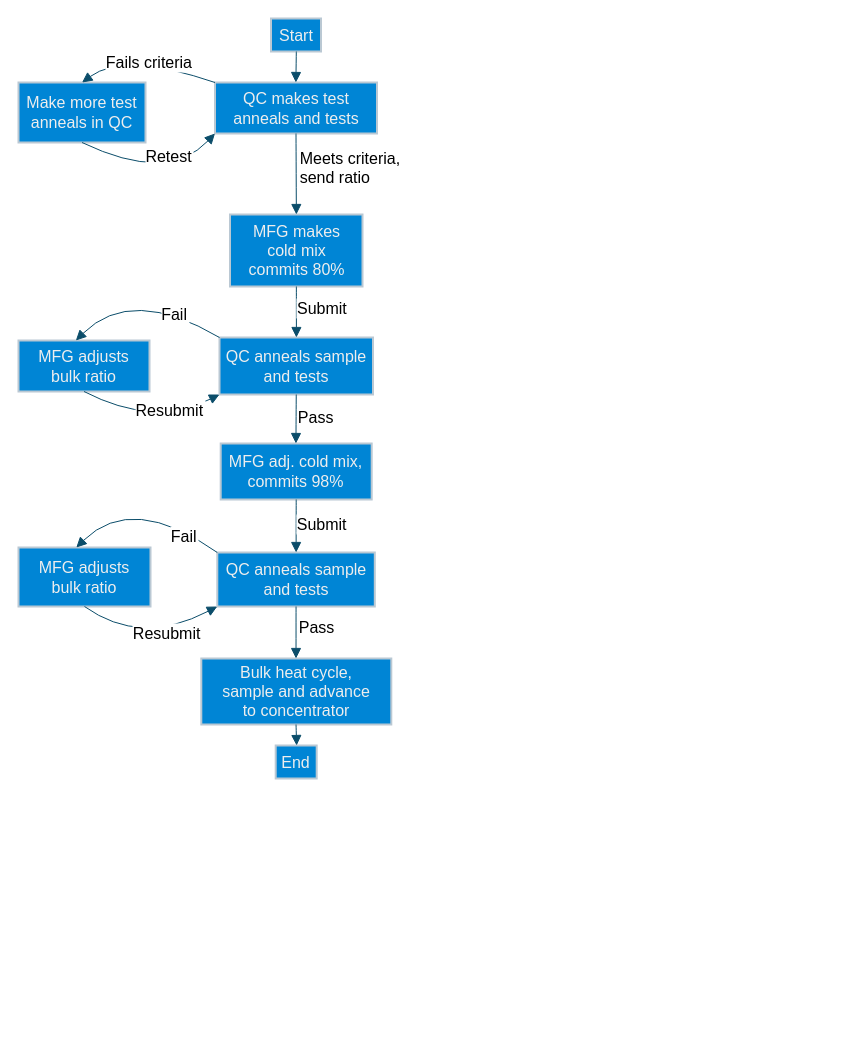
jeffspc88mx/MiscStuff keeps this draw.io diagram as Flows.drawio. Above is the earlier version. Source tidied: cells renumbered, new cells numbered last; positions are measured from the earlier drawing's top-left corner, leaving out a move shared by most shapes. Both pictures are drawn from the tidied source at 100%, with x=0, y=0 at pixel (18, 18).
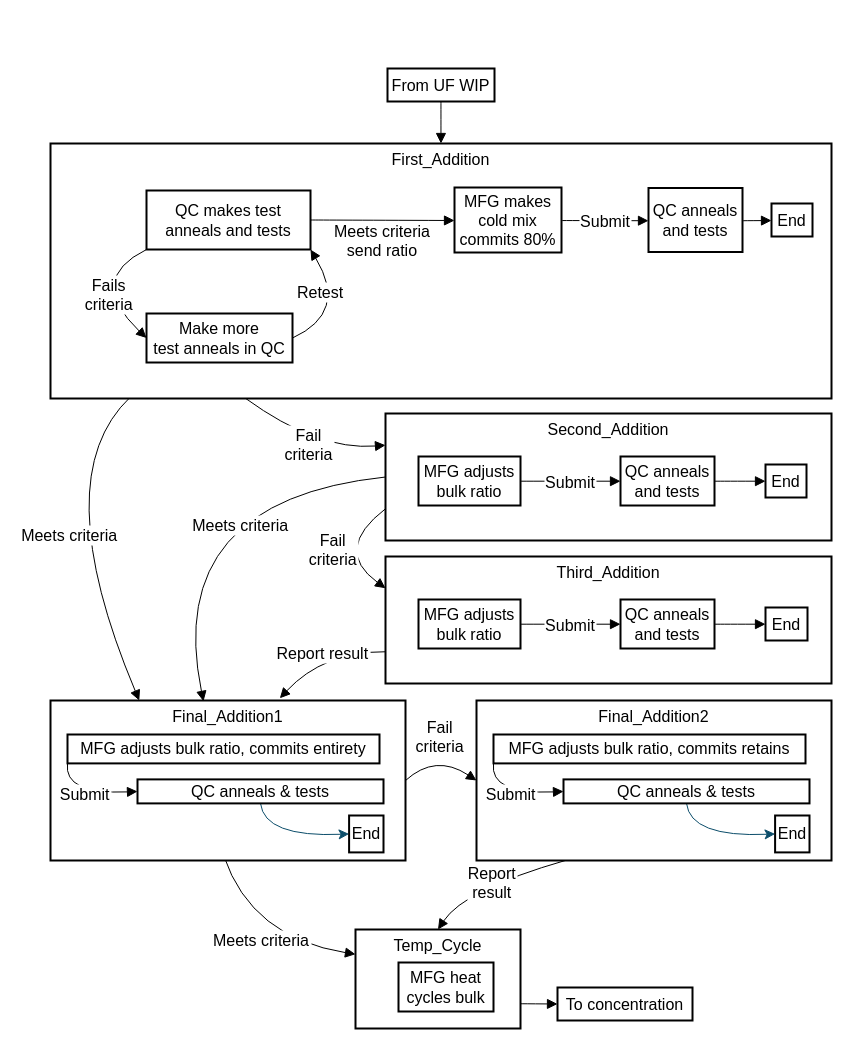
After the change.

Diff of the diagram source:
```diff
@@
-    <mxCell id="2" value="Start" style="whiteSpace=wrap;strokeWidth=2;fontSize=16;labelBackgroundColor=none;fillColor=#0085d5;strokeColor=#BAC8D3;fontColor=#EEEEEE;" parent="1" vertex="1">
-      <mxGeometry x="252.5" width="50" height="33" as="geometry" />
-    </mxCell>
+    <mxCell id="26" value="Temp_Cycle" style="whiteSpace=wrap;strokeWidth=2;verticalAlign=top;fontSize=16;" parent="1" vertex="1">
+      <mxGeometry x="337" y="911" width="165" height="99" as="geometry" />
+    </mxCell>
+    <mxCell id="27" value="MFG heat&#10;cycles bulk" style="whiteSpace=wrap;strokeWidth=2;fontSize=16;" parent="26" vertex="1">
+      <mxGeometry x="43" y="33" width="95" height="49" as="geometry" />
+    </mxCell>
+    <mxCell id="28" value="Third_Addition" style="whiteSpace=wrap;strokeWidth=2;verticalAlign=top;fontSize=16;" parent="1" vertex="1">
+      <mxGeometry x="367" y="538" width="446" height="127" as="geometry" />
+    </mxCell>
+    <mxCell id="29" value="Second_Addition" style="whiteSpace=wrap;strokeWidth=2;verticalAlign=top;fontSize=16;" parent="1" vertex="1">
+      <mxGeometry x="367" y="395" width="446" height="127" as="geometry" />
+    </mxCell>
+    <mxCell id="30" value="From UF WIP" style="whiteSpace=wrap;strokeWidth=2;fontSize=16;" parent="1" vertex="1">
+      <mxGeometry x="369" y="50" width="107" height="33" as="geometry" />
+    </mxCell>
+    <mxCell id="31" value="To concentration" style="whiteSpace=wrap;strokeWidth=2;fontSize=16;" parent="1" vertex="1">
+      <mxGeometry x="539" y="969" width="135" height="33" as="geometry" />
+    </mxCell>
+    <mxCell id="32" style="curved=1;startArrow=none;endArrow=block;exitX=0.49963492990654207;exitY=1.0121212583599668;entryX=0.4999555602957907;entryY=0.0015686334348192401;rounded=0;fontSize=16;startSize=8;endSize=8;" parent="1" edge="1" source="30" target="42">
+      <mxGeometry relative="1" as="geometry" />
+    </mxCell>
+    <mxCell id="33" value="Fail&#10;criteria" style="curved=1;startArrow=none;endArrow=block;exitX=0.25;exitY=1;entryX=0;entryY=0.25;rounded=0;fontSize=16;startSize=8;endSize=8;exitDx=0;exitDy=0;entryDx=0;entryDy=0;" parent="1" edge="1" source="42" target="29">
+      <mxGeometry relative="1" as="geometry">
+        <Array as="points">
+          <mxPoint x="299" y="432" />
+        </Array>
+      </mxGeometry>
+    </mxCell>
+    <mxCell id="34" value="Meets criteria" style="curved=1;startArrow=none;endArrow=block;exitX=0.102;exitY=0.995;entryX=0.25;entryY=0;rounded=0;fontSize=16;startSize=8;endSize=8;exitDx=0;exitDy=0;exitPerimeter=0;entryDx=0;entryDy=0;" parent="1" edge="1" source="42" target="66">
+      <mxGeometry relative="1" as="geometry">
+        <Array as="points">
+          <mxPoint x="27" y="459" />
+        </Array>
+      </mxGeometry>
+    </mxCell>
+    <mxCell id="35" value="Meets criteria" style="curved=1;startArrow=none;endArrow=block;exitX=0;exitY=0.5;rounded=0;fontSize=16;startSize=8;endSize=8;exitDx=0;exitDy=0;entryX=0.431;entryY=0.005;entryDx=0;entryDy=0;entryPerimeter=0;" parent="1" edge="1" source="29" target="66">
+      <mxGeometry x="-0.3" y="32" relative="1" as="geometry">
+        <Array as="points">
+          <mxPoint x="144" y="482" />
+        </Array>
+        <mxPoint x="1" as="offset" />
+      </mxGeometry>
+    </mxCell>
+    <mxCell id="36" value="Report result" style="curved=1;startArrow=none;endArrow=block;exitX=0;exitY=0.75;entryX=0.646;entryY=-0.014;rounded=0;fontSize=16;startSize=8;endSize=8;exitDx=0;exitDy=0;entryDx=0;entryDy=0;entryPerimeter=0;" parent="1" edge="1" source="28" target="66">
+      <mxGeometry relative="1" as="geometry">
+        <Array as="points">
+          <mxPoint x="305" y="633" />
+        </Array>
+      </mxGeometry>
+    </mxCell>
+    <mxCell id="37" value="Meets criteria" style="curved=1;startArrow=none;endArrow=block;exitX=0.409;exitY=0.992;entryX=0;entryY=0.25;rounded=0;fontSize=16;startSize=8;endSize=8;entryDx=0;entryDy=0;exitDx=0;exitDy=0;exitPerimeter=0;" parent="1" edge="1" target="26">
+      <mxGeometry relative="1" as="geometry">
+        <mxPoint x="205.4" y="837.7" as="sourcePoint" />
+        <Array as="points">
+          <mxPoint x="233" y="919" />
+        </Array>
+      </mxGeometry>
+    </mxCell>
+    <mxCell id="38" value="Fail&#10;criteria" style="curved=1;startArrow=none;endArrow=block;exitX=1;exitY=0.5;entryX=0;entryY=0.5;rounded=0;fontSize=16;startSize=8;endSize=8;exitDx=0;exitDy=0;entryDx=0;entryDy=0;" parent="1" edge="1" source="66" target="59">
+      <mxGeometry x="-0.1" y="18" relative="1" as="geometry">
+        <Array as="points">
+          <mxPoint x="417" y="735" />
+        </Array>
+        <mxPoint x="-5" y="-2" as="offset" />
+      </mxGeometry>
+    </mxCell>
+    <mxCell id="39" value="Report&#10;result" style="curved=1;startArrow=none;endArrow=block;exitX=0.25;exitY=1;entryX=0.5;entryY=0;rounded=0;fontSize=16;startSize=8;endSize=8;exitDx=0;exitDy=0;entryDx=0;entryDy=0;fontColor=default;" parent="1" edge="1" source="59" target="26">
+      <mxGeometry relative="1" as="geometry">
+        <Array as="points">
+          <mxPoint x="446" y="871" />
+        </Array>
+      </mxGeometry>
+    </mxCell>
+    <mxCell id="40" style="curved=1;startArrow=none;endArrow=block;exitX=1;exitY=0.75;entryX=0;entryY=0.5;rounded=0;fontSize=16;startSize=8;endSize=8;exitDx=0;exitDy=0;entryDx=0;entryDy=0;" parent="1" edge="1" source="26" target="31">
+      <mxGeometry relative="1" as="geometry" />
+    </mxCell>
+    <mxCell id="41" style="group;fontSize=16;" parent="1" vertex="1">
+      <mxGeometry x="32" y="125" width="781" height="255" as="geometry" />
+    </mxCell>
+    <mxCell id="42" value="First_Addition" style="whiteSpace=wrap;strokeWidth=2;verticalAlign=top;fontSize=16;" parent="41" vertex="1">
+      <mxGeometry width="781" height="255" as="geometry" />
+    </mxCell>
-    <mxCell id="3" value="QC makes test &#10;anneals and tests" style="whiteSpace=wrap;strokeWidth=2;fontSize=16;labelBackgroundColor=none;fillColor=#0085d5;strokeColor=#BAC8D3;fontColor=#EEEEEE;" parent="1" vertex="1">
-      <mxGeometry x="196.5" y="64" width="162" height="51" as="geometry" />
+    <mxCell id="3" value="QC makes test&#10;anneals and tests" style="whiteSpace=wrap;strokeWidth=2;fontSize=16;" parent="41" vertex="1">
+      <mxGeometry x="96" y="47" width="164" height="59" as="geometry" />
     </mxCell>
-    <mxCell id="4" value="Make more test&#10;anneals in QC" style="whiteSpace=wrap;strokeWidth=2;fontSize=16;labelBackgroundColor=none;fillColor=#0085d5;strokeColor=#BAC8D3;fontColor=#EEEEEE;" parent="1" vertex="1">
-      <mxGeometry y="64" width="127" height="60" as="geometry" />
+    <mxCell id="4" value="Make more&#10;test anneals in QC" style="whiteSpace=wrap;strokeWidth=2;fontSize=16;" parent="41" vertex="1">
+      <mxGeometry x="96" y="170" width="146" height="49" as="geometry" />
     </mxCell>
-    <mxCell id="5" value="MFG makes &#10;cold mix &#10;commits 80%" style="whiteSpace=wrap;strokeWidth=2;fontSize=16;labelBackgroundColor=none;fillColor=#0085d5;strokeColor=#BAC8D3;fontColor=#EEEEEE;" parent="1" vertex="1">
-      <mxGeometry x="211.5" y="196" width="132.5" height="72" as="geometry" />
+    <mxCell id="5" value="MFG makes&#10;cold mix&#10;commits 80%" style="whiteSpace=wrap;strokeWidth=2;fontSize=16;" parent="41" vertex="1">
+      <mxGeometry x="404" y="44" width="107" height="65" as="geometry" />
     </mxCell>
-    <mxCell id="6" value="QC anneals sample&#10;and tests" style="whiteSpace=wrap;strokeWidth=2;fontSize=16;labelBackgroundColor=none;fillColor=#0085d5;strokeColor=#BAC8D3;fontColor=#EEEEEE;" parent="1" vertex="1">
-      <mxGeometry x="201" y="319" width="153.5" height="57" as="geometry" />
-    </mxCell>
-    <mxCell id="7" value="MFG adjusts&#10;bulk ratio" style="whiteSpace=wrap;strokeWidth=2;fontSize=16;labelBackgroundColor=none;fillColor=#0085d5;strokeColor=#BAC8D3;fontColor=#EEEEEE;" parent="1" vertex="1">
-      <mxGeometry y="322" width="131" height="51" as="geometry" />
-    </mxCell>
-    <mxCell id="8" value="MFG adj. cold mix,&#10;commits 98%" style="whiteSpace=wrap;strokeWidth=2;fontSize=16;labelBackgroundColor=none;fillColor=#0085d5;strokeColor=#BAC8D3;fontColor=#EEEEEE;" parent="1" vertex="1">
-      <mxGeometry x="202.2" y="425" width="151" height="56" as="geometry" />
-    </mxCell>
-    <mxCell id="9" value="QC anneals sample &#10;and tests" style="whiteSpace=wrap;strokeWidth=2;fontSize=16;labelBackgroundColor=none;fillColor=#0085d5;strokeColor=#BAC8D3;fontColor=#EEEEEE;" parent="1" vertex="1">
-      <mxGeometry x="198.8" y="534" width="157.5" height="54" as="geometry" />
-    </mxCell>
-    <mxCell id="10" value="Bulk heat cycle, &#10;sample and advance &#10;to concentrator" style="whiteSpace=wrap;strokeWidth=2;fontSize=16;labelBackgroundColor=none;fillColor=#0085d5;strokeColor=#BAC8D3;fontColor=#EEEEEE;" parent="1" vertex="1">
-      <mxGeometry x="182.8" y="640" width="190" height="66" as="geometry" />
-    </mxCell>
-    <mxCell id="11" value="End" style="whiteSpace=wrap;strokeWidth=2;fontSize=16;labelBackgroundColor=none;fillColor=#0085d5;strokeColor=#BAC8D3;fontColor=#EEEEEE;" parent="1" vertex="1">
-      <mxGeometry x="257.2" y="727" width="41" height="33" as="geometry" />
-    </mxCell>
-    <mxCell id="12" style="curved=1;startArrow=none;endArrow=block;exitX=0.5065545272827149;exitY=1.0121212583599668;entryX=0.49930253588718926;entryY=0.012121258359966856;rounded=0;fontSize=16;startSize=8;endSize=8;labelBackgroundColor=none;strokeColor=#0B4D6A;fontColor=default;" parent="1" edge="1" source="2" target="3">
-      <mxGeometry relative="1" as="geometry" />
-    </mxCell>
+    <mxCell id="43" value="QC anneals&#10;and tests" style="whiteSpace=wrap;strokeWidth=2;fontSize=16;" parent="41" vertex="1">
+      <mxGeometry x="598" y="44.5" width="94" height="64" as="geometry" />
+    </mxCell>
+    <mxCell id="44" value="End" style="whiteSpace=wrap;strokeWidth=2;fontSize=16;" parent="41" vertex="1">
+      <mxGeometry x="721" y="60" width="41" height="33" as="geometry" />
+    </mxCell>
-    <mxCell id="13" value="Fails criteria" style="curved=1;startArrow=none;endArrow=block;exitX=0;exitY=0;entryX=0.5002080925687432;entryY=0.0060606869784268465;rounded=0;fontSize=16;startSize=8;endSize=8;exitDx=0;exitDy=0;labelBackgroundColor=default;strokeColor=#0B4D6A;fontColor=default;" parent="1" edge="1" source="3" target="4">
-      <mxGeometry x="-0.07" y="1" relative="1" as="geometry">
+    <mxCell id="13" value="Fails&#10;criteria" style="curved=1;startArrow=none;endArrow=block;exitX=0;exitY=1;entryX=0;entryY=0.5;rounded=0;fontSize=16;startSize=8;endSize=8;exitDx=0;exitDy=0;entryDx=0;entryDy=0;" parent="41" edge="1" source="3" target="4">
+      <mxGeometry x="0.24" y="6" relative="1" as="geometry">
         <Array as="points">
-          <mxPoint x="106" y="33" />
+          <mxPoint x="35" y="136" />
         </Array>
       </mxGeometry>
     </mxCell>
-    <mxCell id="14" value="Retest" style="curved=1;startArrow=none;endArrow=block;entryX=0;entryY=1;rounded=0;fontSize=16;startSize=8;endSize=8;entryDx=0;entryDy=0;exitX=0.5;exitY=1;exitDx=0;exitDy=0;labelBackgroundColor=default;strokeColor=#0B4D6A;fontColor=default;" parent="1" edge="1" source="4" target="3">
-      <mxGeometry x="0.42" y="18" relative="1" as="geometry">
+    <mxCell id="14" value="Retest" style="curved=1;startArrow=none;endArrow=block;exitX=1;exitY=0.5;entryX=1;entryY=1;rounded=0;fontSize=16;startSize=8;endSize=8;entryDx=0;entryDy=0;exitDx=0;exitDy=0;" parent="41" edge="1" source="4" target="3">
+      <mxGeometry x="0.39" y="13" relative="1" as="geometry">
         <Array as="points">
-          <mxPoint x="149" y="165" />
+          <mxPoint x="298" y="169" />
         </Array>
       </mxGeometry>
     </mxCell>
-    <mxCell id="15" value="Meets criteria,&#10;send ratio" style="curved=1;startArrow=none;endArrow=block;exitX=0.5;exitY=1;entryX=0.5009023385454517;entryY=0.0060606869784268465;rounded=0;fontSize=16;startSize=8;endSize=8;exitDx=0;exitDy=0;align=left;labelBackgroundColor=default;strokeColor=#0B4D6A;fontColor=default;" parent="1" edge="1" source="3" target="5">
-      <mxGeometry x="-0.16" y="2" relative="1" as="geometry" />
-    </mxCell>
-    <mxCell id="16" value="Submit" style="curved=1;startArrow=none;endArrow=block;exitX=0.5009023385454517;exitY=1.0181819453383938;entryX=0.5010581970214844;entryY=1.1559688683712122e-7;rounded=0;fontSize=16;startSize=8;endSize=8;labelBackgroundColor=default;strokeColor=#0B4D6A;fontColor=default;" parent="1" edge="1" source="5" target="6">
-      <mxGeometry x="-0.18" y="26" relative="1" as="geometry" />
-    </mxCell>
-    <mxCell id="17" value="Fail" style="curved=1;startArrow=none;endArrow=block;exitX=0;exitY=0;entryX=0.4369887867909591;entryY=-0.0060604557846531725;rounded=0;fontSize=16;startSize=8;endSize=8;exitDx=0;exitDy=0;labelBackgroundColor=default;strokeColor=#0B4D6A;fontColor=default;" parent="1" edge="1" source="6" target="7">
-      <mxGeometry x="-0.43" y="2" relative="1" as="geometry">
-        <Array as="points">
-          <mxPoint x="113" y="267" />
-        </Array>
-      </mxGeometry>
-    </mxCell>
-    <mxCell id="18" value="Resubmit" style="curved=1;startArrow=none;endArrow=block;entryX=0;entryY=1;rounded=0;fontSize=16;startSize=8;endSize=8;exitX=0.5;exitY=1;exitDx=0;exitDy=0;entryDx=0;entryDy=0;labelBackgroundColor=default;strokeColor=#0B4D6A;fontColor=default;" parent="1" edge="1" source="7">
-      <mxGeometry x="0.33" y="9" relative="1" as="geometry">
-        <mxPoint x="201" y="376" as="targetPoint" />
-        <Array as="points">
-          <mxPoint x="135" y="409" />
-        </Array>
-      </mxGeometry>
-    </mxCell>
-    <mxCell id="19" value="Pass" style="curved=1;startArrow=none;endArrow=block;exitX=0.5;exitY=1;entryX=0.4982070834955312;entryY=-0.0060604557846531725;rounded=0;fontSize=16;startSize=8;endSize=8;exitDx=0;exitDy=0;labelBackgroundColor=default;strokeColor=#0B4D6A;fontColor=default;" parent="1" edge="1" source="6" target="8">
-      <mxGeometry x="-0.11" y="20" relative="1" as="geometry" />
-    </mxCell>
-    <mxCell id="20" value="Submit" style="curved=1;startArrow=none;endArrow=block;exitX=0.5;exitY=1;entryX=0.500504259629683;entryY=-0.012121027166193182;rounded=0;fontSize=16;startSize=8;endSize=8;exitDx=0;exitDy=0;labelBackgroundColor=default;strokeColor=#0B4D6A;fontColor=default;" parent="1" edge="1" source="8" target="9">
-      <mxGeometry x="-0.1" y="26" relative="1" as="geometry" />
-    </mxCell>
-    <mxCell id="21" value="Pass" style="curved=1;startArrow=none;endArrow=block;exitX=0.5;exitY=1;entryX=0.49858924679290084;entryY=0.012121431755297112;rounded=0;fontSize=16;startSize=8;endSize=8;exitDx=0;exitDy=0;labelBackgroundColor=default;strokeColor=#0B4D6A;fontColor=default;" parent="1" edge="1" source="9" target="10">
-      <mxGeometry x="-0.23" y="21" relative="1" as="geometry" />
-    </mxCell>
-    <mxCell id="22" style="curved=1;startArrow=none;endArrow=block;exitX=0.49858924679290084;exitY=1.024242690115264;entryX=0.5106612065943276;entryY=-0.0060603401877663355;rounded=0;fontSize=16;startSize=8;endSize=8;labelBackgroundColor=none;strokeColor=#0B4D6A;fontColor=default;" parent="1" edge="1" source="10" target="11">
-      <mxGeometry relative="1" as="geometry" />
-    </mxCell>
-    <mxCell id="23" value="MFG adjusts&#10;bulk ratio" style="whiteSpace=wrap;strokeWidth=2;fontSize=16;labelBackgroundColor=none;fillColor=#0085d5;strokeColor=#BAC8D3;fontColor=#EEEEEE;" parent="1" vertex="1">
-      <mxGeometry y="529" width="132" height="59" as="geometry" />
-    </mxCell>
-    <mxCell id="24" value="Fail" style="curved=1;startArrow=none;endArrow=block;exitX=0;exitY=0;entryX=0.4369887867909591;entryY=-0.0060604557846531725;rounded=0;fontSize=16;startSize=8;endSize=8;exitDx=0;exitDy=0;labelBackgroundColor=default;strokeColor=#0B4D6A;fontColor=default;" parent="1" edge="1" source="9" target="23">
-      <mxGeometry x="-0.6" y="5" relative="1" as="geometry">
-        <Array as="points">
-          <mxPoint x="114" y="474" />
-        </Array>
-      </mxGeometry>
-    </mxCell>
-    <mxCell id="25" value="Resubmit" style="curved=1;startArrow=none;endArrow=block;rounded=0;fontSize=16;startSize=8;endSize=8;exitX=0.5;exitY=1;exitDx=0;exitDy=0;entryX=0;entryY=1;entryDx=0;entryDy=0;labelBackgroundColor=default;strokeColor=#0B4D6A;fontColor=default;" parent="1" edge="1" source="23" target="9">
-      <mxGeometry x="0.29" relative="1" as="geometry">
-        <Array as="points">
-          <mxPoint x="122" y="628" />
-        </Array>
-        <mxPoint x="-1" as="offset" />
-      </mxGeometry>
-    </mxCell>
+    <mxCell id="45" value="Meets criteria&#10;send ratio" style="curved=1;startArrow=none;endArrow=block;entryX=-0.0010367063718421438;entryY=0.5084615780757024;rounded=0;fontSize=16;startSize=8;endSize=8;exitX=1;exitY=0.5;exitDx=0;exitDy=0;" parent="41" edge="1">
+      <mxGeometry y="-20" relative="1" as="geometry">
+        <mxPoint x="260" y="76.5" as="sourcePoint" />
+        <mxPoint x="404" y="77" as="targetPoint" />
+      </mxGeometry>
+    </mxCell>
+    <mxCell id="46" value="Submit" style="curved=1;startArrow=none;endArrow=block;exitX=1.0032857377952504;exitY=0.5084615780757024;entryX=0.0027594870709358376;entryY=0.5112245423453194;rounded=0;fontSize=16;startSize=8;endSize=8;" parent="41" edge="1" source="5" target="43">
+      <mxGeometry relative="1" as="geometry" />
+    </mxCell>
+    <mxCell id="47" style="curved=1;startArrow=none;endArrow=block;exitX=1.0072807961321892;exitY=0.5112245423453194;entryX=-0.00769768691644436;entryY=0.5166667446945653;rounded=0;fontSize=16;startSize=8;endSize=8;" parent="41" edge="1" source="43" target="44">
+      <mxGeometry relative="1" as="geometry" />
+    </mxCell>
+    <mxCell id="48" value="MFG adjusts&#10;bulk ratio" style="whiteSpace=wrap;strokeWidth=2;fontSize=16;" parent="1" vertex="1">
+      <mxGeometry x="400" y="438" width="102" height="49" as="geometry" />
+    </mxCell>
+    <mxCell id="49" value="QC anneals&#10;and tests" style="whiteSpace=wrap;strokeWidth=2;fontSize=16;" parent="1" vertex="1">
+      <mxGeometry x="602" y="438" width="94" height="49" as="geometry" />
+    </mxCell>
+    <mxCell id="50" value="End" style="whiteSpace=wrap;strokeWidth=2;fontSize=16;" parent="1" vertex="1">
+      <mxGeometry x="747" y="446" width="41" height="33" as="geometry" />
+    </mxCell>
+    <mxCell id="51" value="Submit" style="curved=1;startArrow=none;endArrow=block;exitX=1.0047947752709483;exitY=0.5040816482232542;entryX=0.0008976713139960107;entryY=0.5040816482232542;rounded=0;fontSize=16;startSize=8;endSize=8;" parent="1" edge="1" source="48" target="49">
+      <mxGeometry relative="1" as="geometry" />
+    </mxCell>
+    <mxCell id="52" style="curved=1;startArrow=none;endArrow=block;exitX=1.0054189803752493;exitY=0.5040816482232542;entryX=-0.011966240115282013;entryY=0.5060606291799834;rounded=0;fontSize=16;startSize=8;endSize=8;" parent="1" edge="1" source="49" target="50">
+      <mxGeometry relative="1" as="geometry" />
+    </mxCell>
+    <mxCell id="53" value="MFG adjusts&#10;bulk ratio" style="whiteSpace=wrap;strokeWidth=2;fontSize=16;" parent="1" vertex="1">
+      <mxGeometry x="400" y="581" width="102" height="49" as="geometry" />
+    </mxCell>
+    <mxCell id="54" value="QC anneals&#10;and tests" style="whiteSpace=wrap;strokeWidth=2;fontSize=16;" parent="1" vertex="1">
+      <mxGeometry x="602" y="581" width="94" height="49" as="geometry" />
+    </mxCell>
+    <mxCell id="55" value="End" style="whiteSpace=wrap;strokeWidth=2;fontSize=16;" parent="1" vertex="1">
+      <mxGeometry x="747" y="589" width="42" height="33" as="geometry" />
+    </mxCell>
+    <mxCell id="56" value="Submit" style="curved=1;startArrow=none;endArrow=block;exitX=1.0047947752709483;exitY=0.5040816482232542;entryX=0.0008976713139960107;entryY=0.5040816482232542;rounded=0;fontSize=16;startSize=8;endSize=8;" parent="1" edge="1" source="53" target="54">
+      <mxGeometry relative="1" as="geometry" />
+    </mxCell>
+    <mxCell id="57" style="curved=1;startArrow=none;endArrow=block;exitX=1.0054189803752493;exitY=0.5040816482232542;entryX=-0.011681329636346726;entryY=0.5060606291799834;rounded=0;fontSize=16;startSize=8;endSize=8;" parent="1" edge="1" source="54" target="55">
+      <mxGeometry relative="1" as="geometry" />
+    </mxCell>
+    <mxCell id="58" style="group;fontSize=16;" parent="1" vertex="1">
+      <mxGeometry x="458" y="682" width="355" height="160" as="geometry" />
+    </mxCell>
+    <mxCell id="59" value="Final_Addition2" style="whiteSpace=wrap;strokeWidth=2;verticalAlign=top;fontSize=16;" parent="58" vertex="1">
+      <mxGeometry width="355" height="160" as="geometry" />
+    </mxCell>
+    <mxCell id="60" style="edgeStyle=none;curved=1;rounded=0;jettySize=auto;html=1;exitX=0.5;exitY=1;exitDx=0;exitDy=0;strokeColor=#0B4D6A;fontSize=16;startSize=8;endSize=8;entryX=0;entryY=0.5;entryDx=0;entryDy=0;" parent="58" edge="1" source="61" target="63">
+      <mxGeometry relative="1" as="geometry">
+        <Array as="points">
+          <mxPoint x="214" y="137" />
+        </Array>
+      </mxGeometry>
+    </mxCell>
+    <mxCell id="61" value="QC anneals &amp; tests" style="whiteSpace=wrap;strokeWidth=2;fontSize=16;" parent="58" vertex="1">
+      <mxGeometry x="87" y="78.9" width="246" height="24" as="geometry" />
+    </mxCell>
+    <mxCell id="62" value="MFG adjusts bulk ratio, commits retains" style="whiteSpace=wrap;strokeWidth=2;fontSize=16;" parent="58" vertex="1">
+      <mxGeometry x="17" y="34" width="312" height="28.9" as="geometry" />
+    </mxCell>
+    <mxCell id="63" value="End" style="whiteSpace=wrap;strokeWidth=2;fontSize=16;" parent="58" vertex="1">
+      <mxGeometry x="298.6" y="115" width="34.4" height="36.9" as="geometry" />
+    </mxCell>
+    <mxCell id="64" value="Submit" style="curved=1;startArrow=none;endArrow=block;exitX=0;exitY=1;entryX=0.0015459263578374335;entryY=0.5040816482232542;rounded=0;fontSize=16;startSize=8;endSize=8;exitDx=0;exitDy=0;" parent="58" edge="1" source="62" target="61">
+      <mxGeometry relative="1" as="geometry">
+        <Array as="points">
+          <mxPoint x="13" y="94" />
+        </Array>
+      </mxGeometry>
+    </mxCell>
+    <mxCell id="65" style="group;fontSize=16;" parent="1" vertex="1">
+      <mxGeometry x="32" y="682" width="360" height="160" as="geometry" />
+    </mxCell>
+    <mxCell id="66" value="Final_Addition1" style="whiteSpace=wrap;strokeWidth=2;verticalAlign=top;fontSize=16;" parent="65" vertex="1">
+      <mxGeometry width="355" height="160" as="geometry" />
+    </mxCell>
+    <mxCell id="67" style="edgeStyle=none;curved=1;rounded=0;jettySize=auto;html=1;exitX=0.5;exitY=1;exitDx=0;exitDy=0;strokeColor=#0B4D6A;fontSize=16;startSize=8;endSize=8;entryX=0;entryY=0.5;entryDx=0;entryDy=0;" parent="65" edge="1" source="68" target="70">
+      <mxGeometry relative="1" as="geometry">
+        <Array as="points">
+          <mxPoint x="214" y="137" />
+        </Array>
+      </mxGeometry>
+    </mxCell>
+    <mxCell id="68" value="QC anneals &amp; tests" style="whiteSpace=wrap;strokeWidth=2;fontSize=16;" parent="65" vertex="1">
+      <mxGeometry x="87" y="78.9" width="246" height="24" as="geometry" />
+    </mxCell>
+    <mxCell id="69" value="MFG adjusts bulk ratio, commits entirety" style="whiteSpace=wrap;strokeWidth=2;fontSize=16;" parent="65" vertex="1">
+      <mxGeometry x="17" y="34" width="312" height="28.9" as="geometry" />
+    </mxCell>
+    <mxCell id="70" value="End" style="whiteSpace=wrap;strokeWidth=2;fontSize=16;" parent="65" vertex="1">
+      <mxGeometry x="298.6" y="115" width="34.4" height="36.9" as="geometry" />
+    </mxCell>
+    <mxCell id="71" value="Submit" style="curved=1;startArrow=none;endArrow=block;exitX=0;exitY=1;entryX=0.0015459263578374335;entryY=0.5040816482232542;rounded=0;fontSize=16;startSize=8;endSize=8;exitDx=0;exitDy=0;" parent="65" edge="1" source="69" target="68">
+      <mxGeometry relative="1" as="geometry">
+        <Array as="points">
+          <mxPoint x="13" y="94" />
+        </Array>
+      </mxGeometry>
+    </mxCell>
+    <mxCell id="72" value="Fail&#10;criteria" style="curved=1;startArrow=none;endArrow=block;exitX=0;exitY=0.75;entryX=0;entryY=0.25;rounded=0;fontSize=16;startSize=8;endSize=8;exitDx=0;exitDy=0;entryDx=0;entryDy=0;" parent="1" edge="1" source="29" target="28">
+      <mxGeometry relative="1" as="geometry">
+        <Array as="points">
+          <mxPoint x="314" y="531" />
+        </Array>
+      </mxGeometry>
+    </mxCell>
```
